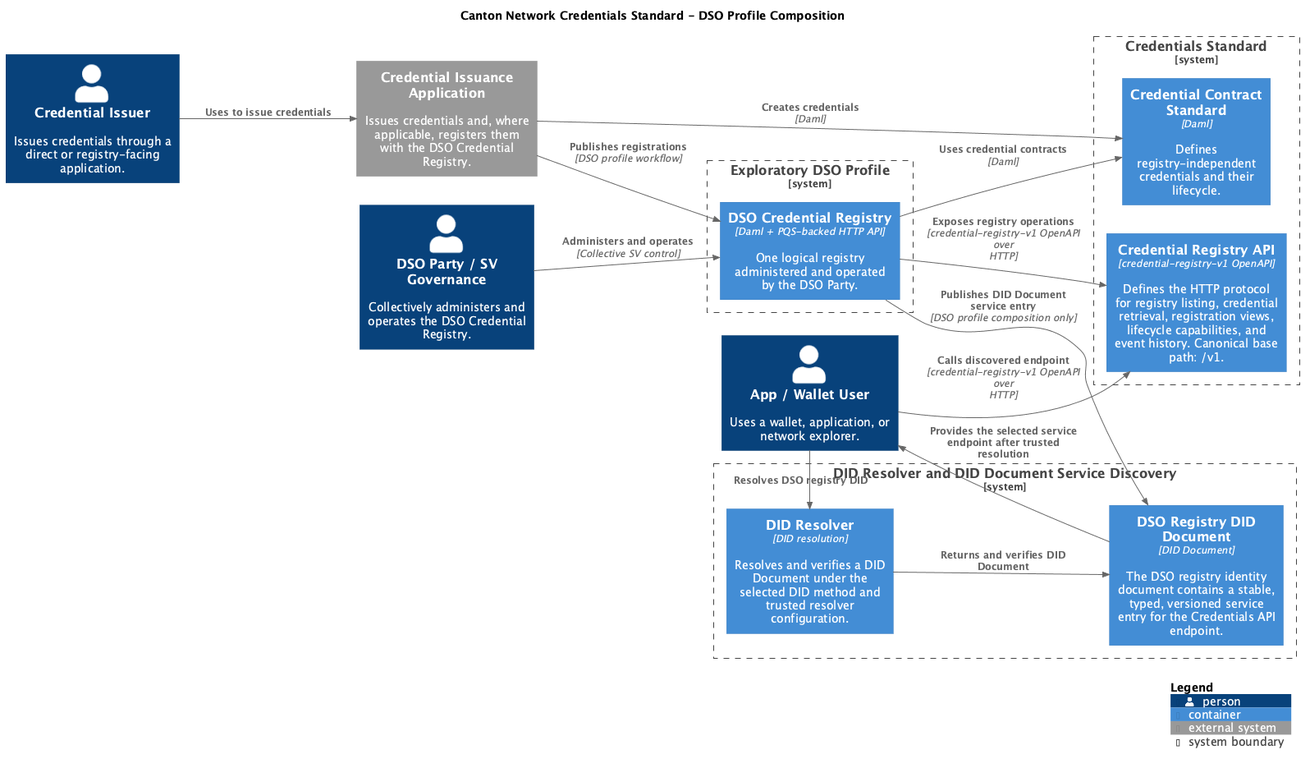
This is cn-credentials-standard/images/credentials-containers.png from unlockitio/cips, a PlantUML export, as it was before one commit.
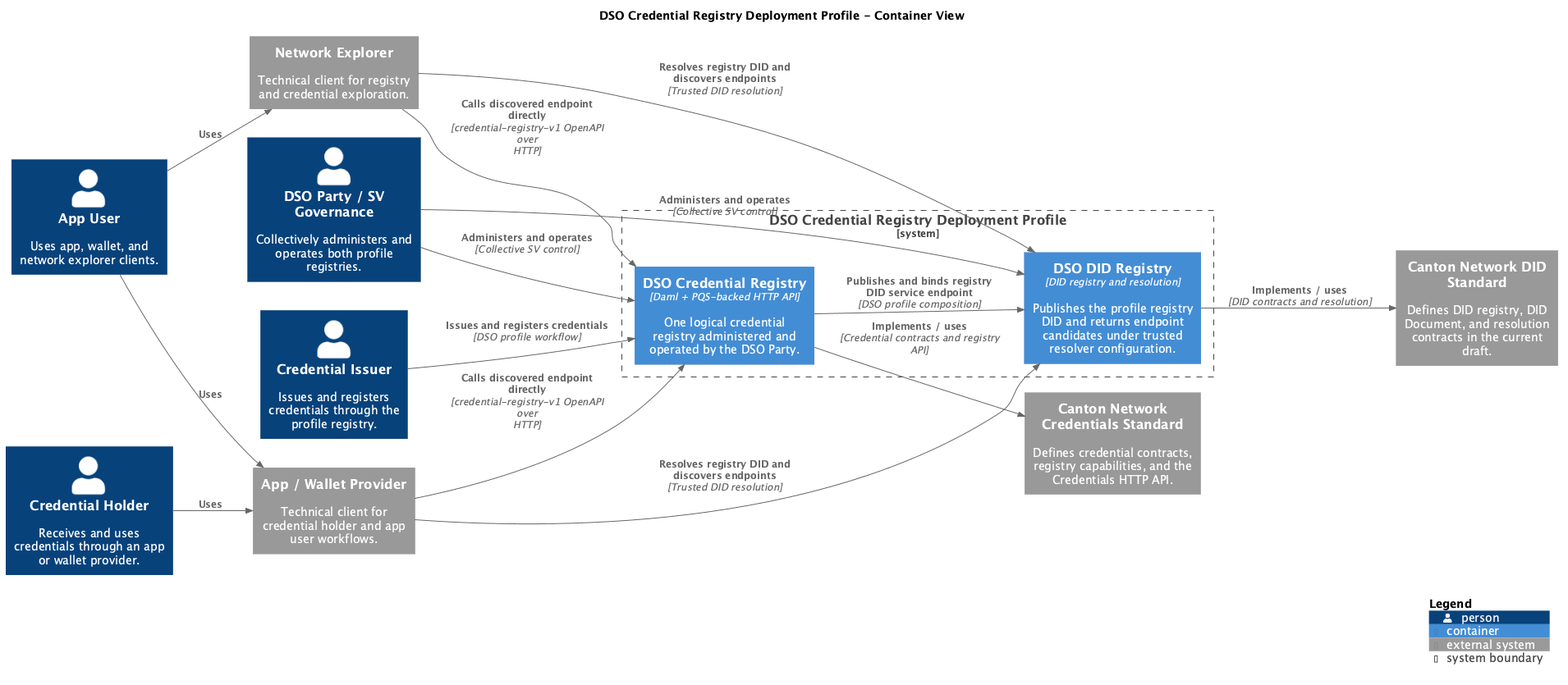
Above is the later version.

Commit message:
Correct DSO deployment architecture

The edit, as a diff of the source:
```diff
@@ -1,40 +1,38 @@
-@startuml credentials-containers
+@startuml
 !include <C4/C4_Container>
 
 LAYOUT_LEFT_RIGHT()
-title Canton Network Credentials Standard - DSO Profile Composition
+title DSO Credential Registry Deployment Profile - Container View
 
-Person(issuer, "Credential Issuer", "Issues credentials through a direct or registry-facing application.")
-Person(clientUser, "App / Wallet User", "Uses a wallet, application, or network explorer.")
-Person(dsoParty, "DSO Party / SV Governance", "Collectively administers and operates the DSO Credential Registry.")
+Person(issuer, "Credential Issuer", "Issues and registers credentials through the profile registry.")
+Person(holder, "Credential Holder", "Receives and uses credentials through an app or wallet provider.")
+Person(appUser, "App User", "Uses app, wallet, and network explorer clients.")
+Person(dsoParty, "DSO Party / SV Governance", "Collectively administers and operates both profile registries.")
 
-System_Boundary(credentials, "Credentials Standard") {
-  Container(credentialContract, "Credential Contract Standard", "Daml", "Defines registry-independent credentials and their lifecycle.")
-  Container(credentialRegistryApi, "Credential Registry API", "credential-registry-v1 OpenAPI", "Defines the HTTP protocol for registry listing, credential retrieval, registration views, lifecycle capabilities, and event history. Canonical base path: /v1.")
+System_Ext(appWallet, "App / Wallet Provider", "Technical client for credential holder and app user workflows.")
+System_Ext(explorer, "Network Explorer", "Technical client for registry and credential exploration.")
+
+System_Boundary(dsoProfile, "DSO Credential Registry Deployment Profile") {
+  Container(dsoRegistry, "DSO Credential Registry", "Daml + PQS-backed HTTP API", "One logical credential registry administered and operated by the DSO Party.")
+  Container(dsoDidRegistry, "DSO DID Registry", "DID registry and resolution", "Publishes the profile registry DID and returns endpoint candidates under trusted resolver configuration.")
 }
 
-System_Boundary(didDiscovery, "DID Resolver and DID Document Service Discovery") {
-  Container(didResolver, "DID Resolver", "DID resolution", "Resolves and verifies a DID Document under the selected DID method and trusted resolver configuration.")
-  Container(didDocument, "DSO Registry DID Document", "DID Document", "The DSO registry identity document contains a stable, typed, versioned service entry for the Credentials API endpoint.")
-}
+System_Ext(credentialsStandard, "Canton Network Credentials Standard", "Defines credential contracts, registry capabilities, and the Credentials HTTP API.")
+System_Ext(didStandard, "Canton Network DID Standard", "Defines DID registry, DID Document, and resolution contracts in the current draft.")
 
-System_Boundary(dsoProfile, "Exploratory DSO Profile") {
-  Container(dsoRegistry, "DSO Credential Registry", "Daml + PQS-backed HTTP API", "One logical registry administered and operated by the DSO Party.")
-}
-
-System_Ext(issuance, "Credential Issuance Application", "Issues credentials and, where applicable, registers them with the DSO Credential Registry.")
-
-Rel(issuer, issuance, "Uses to issue credentials")
-Rel(clientUser, didResolver, "Resolves DSO registry DID")
-Rel(didResolver, didDocument, "Returns and verifies DID Document")
-Rel(didDocument, clientUser, "Provides the selected service endpoint after trusted resolution")
-Rel(clientUser, credentialRegistryApi, "Calls discovered endpoint", "credential-registry-v1 OpenAPI over HTTP")
-Rel(issuance, credentialContract, "Creates credentials", "Daml")
-Rel(issuance, dsoRegistry, "Publishes registrations", "DSO profile workflow")
-Rel(dsoRegistry, credentialRegistryApi, "Exposes registry operations", "credential-registry-v1 OpenAPI over HTTP")
-Rel(dsoRegistry, credentialContract, "Uses credential contracts", "Daml")
+Rel(issuer, dsoRegistry, "Issues and registers credentials", "DSO profile workflow")
+Rel(holder, appWallet, "Uses")
+Rel(appUser, appWallet, "Uses")
+Rel(appUser, explorer, "Uses")
+Rel(appWallet, dsoDidRegistry, "Resolves registry DID and discovers endpoints", "Trusted DID resolution")
+Rel(explorer, dsoDidRegistry, "Resolves registry DID and discovers endpoints", "Trusted DID resolution")
+Rel(appWallet, dsoRegistry, "Calls discovered endpoint directly", "credential-registry-v1 OpenAPI over HTTP")
+Rel(explorer, dsoRegistry, "Calls discovered endpoint directly", "credential-registry-v1 OpenAPI over HTTP")
 Rel(dsoParty, dsoRegistry, "Administers and operates", "Collective SV control")
-Rel(dsoRegistry, didDocument, "Publishes DID Document service entry", "DSO profile composition only")
+Rel(dsoParty, dsoDidRegistry, "Administers and operates", "Collective SV control")
+Rel(dsoRegistry, dsoDidRegistry, "Publishes and binds registry DID service endpoint", "DSO profile composition")
+Rel(dsoRegistry, credentialsStandard, "Implements / uses", "Credential contracts and registry API")
+Rel(dsoDidRegistry, didStandard, "Implements / uses", "DID contracts and resolution")
 
 SHOW_LEGEND()
 @enduml
```
